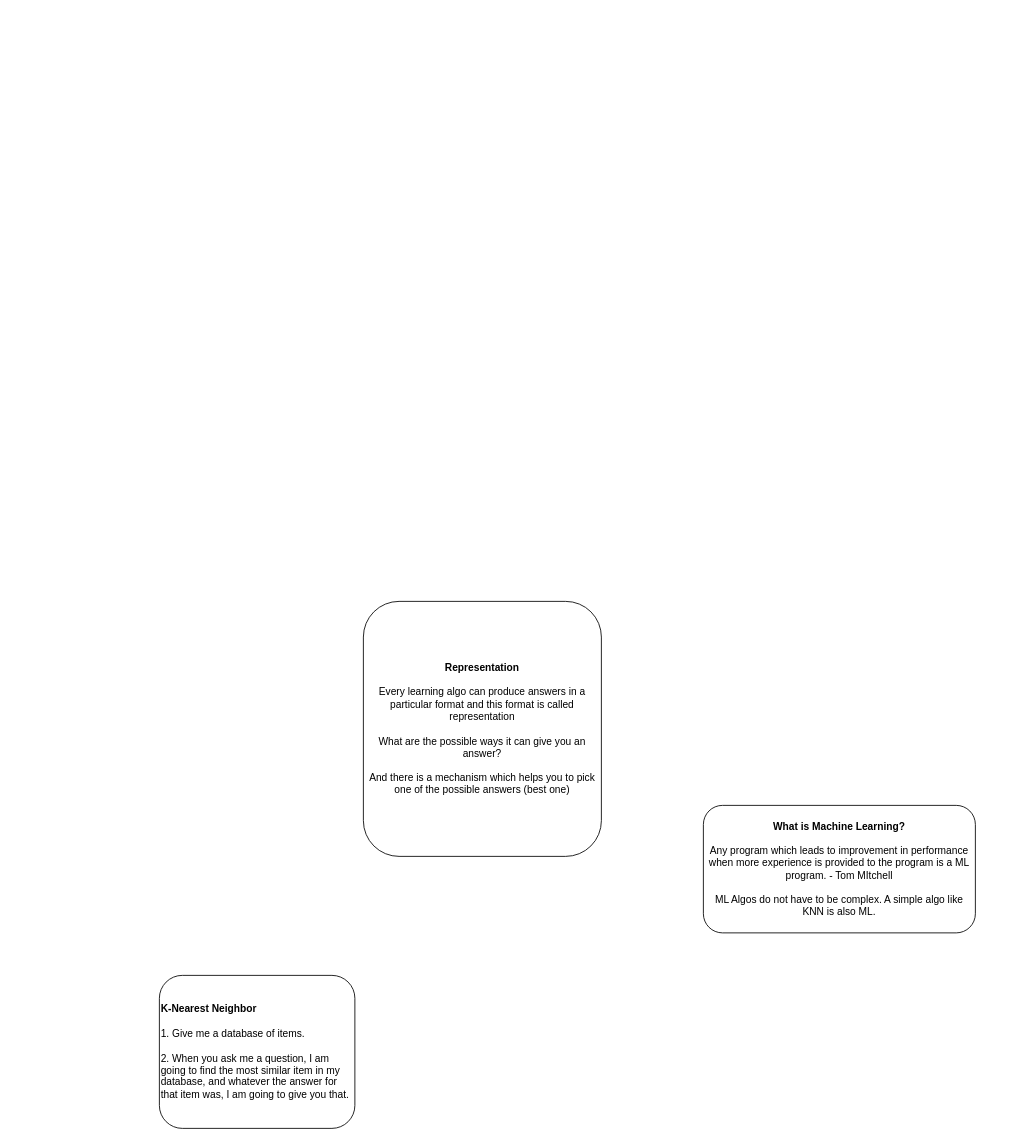
This is ML-01.drawio from AmlanAlok/draw.io-diagrams, a draw.io file, before an edit. Source tidied: cells renumbered, new cells numbered last; positions are measured from the earlier drawing's top-left corner, leaving out a move shared by most shapes. Both pictures are drawn from the tidied source at 85%, with x=0, y=0 at pixel (159, 601).
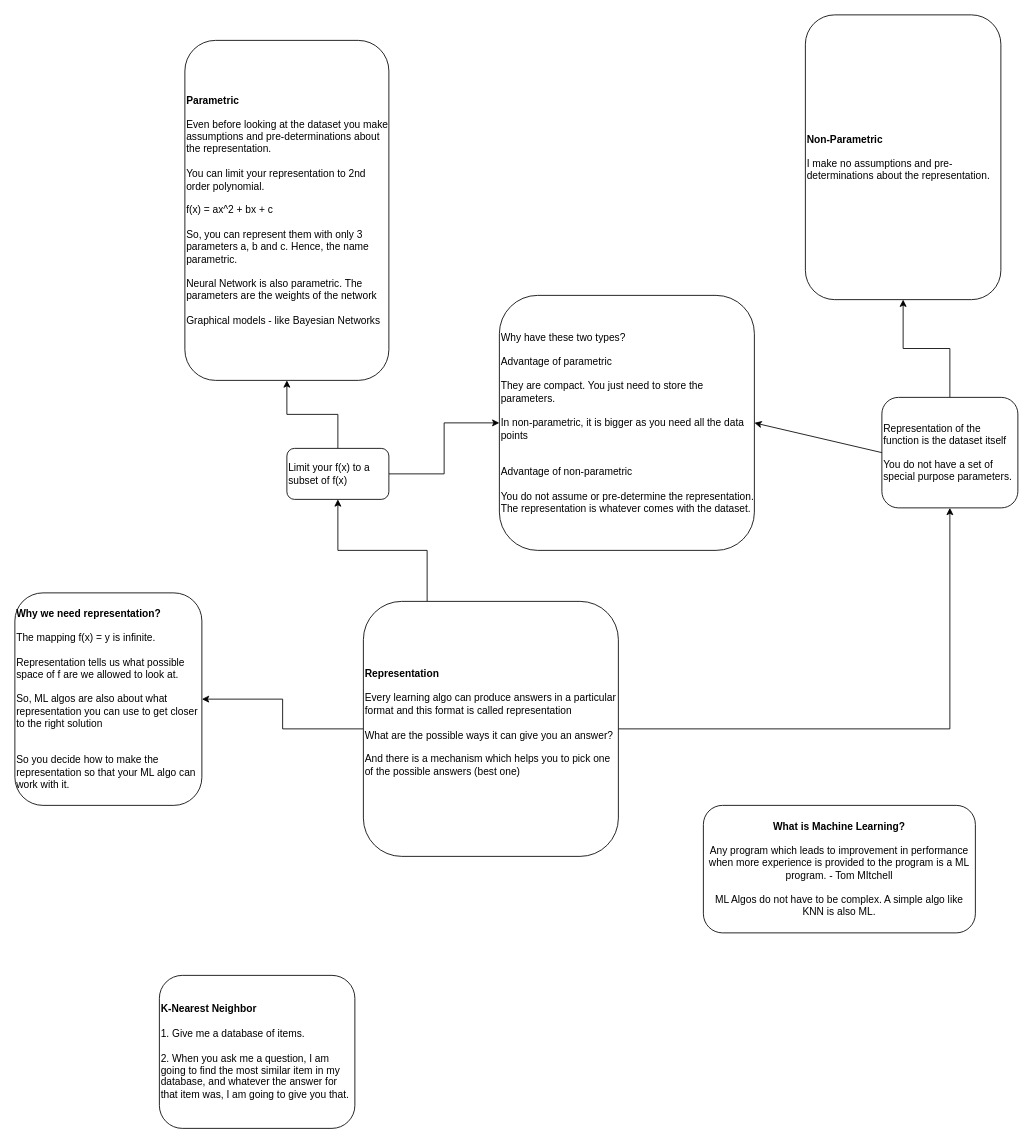
Above is the later version.

Diff of the diagram source:
```diff
@@
 <mxGraphModel>
   <root>
     <mxCell id="0" />
     <mxCell id="1" parent="0" />
     <mxCell id="2" value="&lt;b&gt;What is Machine Learning?&lt;/b&gt;&lt;br&gt;&lt;br&gt;Any program which leads to improvement in performance when more experience is provided to the program is a ML program. - Tom MItchell&lt;br&gt;&lt;br&gt;ML Algos do not have to be complex. A simple algo like KNN is also ML." style="rounded=1;whiteSpace=wrap;html=1;" parent="1" vertex="1">
       <mxGeometry x="640" y="240" width="320" height="150" as="geometry" />
     </mxCell>
     <mxCell id="3" value="&lt;b&gt;K-Nearest Neighbor&lt;/b&gt;&lt;br&gt;&lt;br&gt;1. Give me a database of items.&lt;br&gt;&lt;br&gt;2. When you ask me a question, I am going to find the most similar item in my database, and whatever the answer for that item was, I am going to give you that." style="rounded=1;whiteSpace=wrap;html=1;align=left;" parent="1" vertex="1">
       <mxGeometry y="440" width="230" height="180" as="geometry" />
     </mxCell>
+    <mxCell id="5" style="edgeStyle=orthogonalEdgeStyle;rounded=0;jettySize=auto;html=1;" parent="1" edge="1" source="4" target="8">
+      <mxGeometry relative="1" as="geometry" />
+    </mxCell>
+    <mxCell id="6" style="edgeStyle=orthogonalEdgeStyle;rounded=0;jettySize=auto;html=1;exitX=0.25;exitY=0;exitDx=0;exitDy=0;" parent="1" edge="1" source="4" target="11">
+      <mxGeometry relative="1" as="geometry" />
+    </mxCell>
+    <mxCell id="7" style="edgeStyle=orthogonalEdgeStyle;rounded=0;jettySize=auto;html=1;" parent="1" edge="1" source="4" target="14">
+      <mxGeometry relative="1" as="geometry" />
+    </mxCell>
-    <mxCell id="4" value="&lt;b&gt;Representation&lt;br&gt;&lt;/b&gt;&lt;br&gt;Every learning algo can produce answers in a particular format and this format is called representation&lt;br&gt;&lt;br&gt;What are the possible ways it can give you an answer?&lt;br&gt;&lt;br&gt;And there is a mechanism which helps you to pick one of the possible answers (best one)" style="rounded=1;whiteSpace=wrap;html=1;" parent="1" vertex="1">
-      <mxGeometry x="240" width="280" height="300" as="geometry" />
+    <mxCell id="4" value="&lt;b&gt;Representation&lt;br&gt;&lt;/b&gt;&lt;br&gt;Every learning algo can produce answers in a particular format and this format is called representation&lt;br&gt;&lt;br&gt;What are the possible ways it can give you an answer?&lt;br&gt;&lt;br&gt;And there is a mechanism which helps you to pick one of the possible answers (best one)&lt;br&gt;&lt;br&gt;" style="rounded=1;whiteSpace=wrap;html=1;align=left;" parent="1" vertex="1">
+      <mxGeometry x="240" width="300" height="300" as="geometry" />
     </mxCell>
+    <mxCell id="8" value="&lt;b&gt;Why we need representation?&lt;br&gt;&lt;/b&gt;&lt;br&gt;The mapping f(x) = y is infinite.&lt;br&gt;&lt;br style=&quot;border-color: var(--border-color);&quot;&gt;Representation tells us what possible space of f are we allowed to look at.&lt;br&gt;&lt;br&gt;So, ML algos are also about what representation you can use to get closer to the right solution&lt;br&gt;&lt;br&gt;&lt;br&gt;So you decide how to make the representation so that your ML algo can work with it." style="whiteSpace=wrap;html=1;align=left;rounded=1;" parent="1" vertex="1">
+      <mxGeometry x="-170" y="-10" width="220" height="250" as="geometry" />
+    </mxCell>
+    <mxCell id="9" style="edgeStyle=orthogonalEdgeStyle;rounded=0;jettySize=auto;html=1;" parent="1" edge="1" source="11" target="12">
+      <mxGeometry relative="1" as="geometry" />
+    </mxCell>
+    <mxCell id="10" style="edgeStyle=orthogonalEdgeStyle;rounded=0;jettySize=auto;html=1;" parent="1" edge="1" source="11" target="15">
+      <mxGeometry relative="1" as="geometry" />
+    </mxCell>
+    <mxCell id="11" value="Limit your f(x) to a subset of f(x)" style="whiteSpace=wrap;html=1;align=left;rounded=1;" parent="1" vertex="1">
+      <mxGeometry x="150" y="-180" width="120" height="60" as="geometry" />
+    </mxCell>
+    <mxCell id="12" value="&lt;b&gt;Parametric&lt;/b&gt;&lt;br&gt;&lt;br&gt;Even before looking at the dataset you make assumptions and pre-determinations about the representation.&amp;nbsp;&lt;br&gt;&lt;br&gt;You can limit your representation to 2nd order polynomial.&lt;br&gt;&lt;br&gt;f(x) = ax^2 + bx + c&lt;br&gt;&lt;br&gt;So, you can represent them with only 3 parameters a, b and c. Hence, the name parametric.&lt;br&gt;&lt;br&gt;Neural Network is also parametric. The parameters are the weights of the network&lt;br&gt;&lt;br&gt;Graphical models - like Bayesian Networks&amp;nbsp;" style="whiteSpace=wrap;html=1;align=left;rounded=1;" parent="1" vertex="1">
+      <mxGeometry x="30" y="-660" width="240" height="400" as="geometry" />
+    </mxCell>
+    <mxCell id="13" style="edgeStyle=orthogonalEdgeStyle;rounded=0;jettySize=auto;html=1;" parent="1" edge="1" source="14" target="17">
+      <mxGeometry relative="1" as="geometry" />
+    </mxCell>
+    <mxCell id="14" value="Representation of the function is the dataset itself&lt;br&gt;&lt;br&gt;You do not have a set of special purpose parameters." style="whiteSpace=wrap;html=1;align=left;rounded=1;" parent="1" vertex="1">
+      <mxGeometry x="850" y="-240" width="160" height="130" as="geometry" />
+    </mxCell>
+    <mxCell id="15" value="Why have these two types?&lt;br&gt;&lt;br&gt;Advantage of parametric&lt;br&gt;&lt;br&gt;They are compact. You just need to store the parameters.&lt;br&gt;&lt;br&gt;In non-parametric, it is bigger as you need all the data points&lt;br&gt;&lt;br&gt;&lt;br&gt;Advantage of non-parametric&lt;br&gt;&lt;br&gt;You do not assume or pre-determine the representation. The representation is whatever comes with the dataset." style="whiteSpace=wrap;html=1;align=left;rounded=1;" parent="1" vertex="1">
+      <mxGeometry x="400" y="-360" width="300" height="300" as="geometry" />
+    </mxCell>
+    <mxCell id="16" style="endArrow=classic;html=1;rounded=0;exitX=0;exitY=0.5;exitDx=0;exitDy=0;entryX=1;entryY=0.5;entryDx=0;entryDy=0;" parent="1" edge="1" source="14" target="15">
+      <mxGeometry relative="1" as="geometry" />
+    </mxCell>
+    <mxCell id="17" value="&lt;b&gt;Non-Parametric&lt;br&gt;&lt;/b&gt;&lt;br&gt;I make no assumptions and pre-determinations about the representation." style="whiteSpace=wrap;html=1;align=left;rounded=1;" parent="1" vertex="1">
+      <mxGeometry x="760" y="-690" width="230" height="335" as="geometry" />
+    </mxCell>
   </root>
 </mxGraphModel>
```
